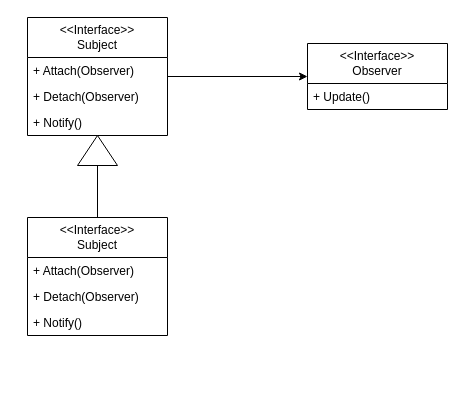
Earlier version of the draw.io diagram A3_2.drawio (critschris/COMP-354). Source tidied: cells renumbered, new cells numbered last; positions are measured from the earlier drawing's top-left corner, leaving out a move shared by most shapes. Both pictures are drawn from the tidied source at 100%, with x=0, y=0 at pixel (27, 17).
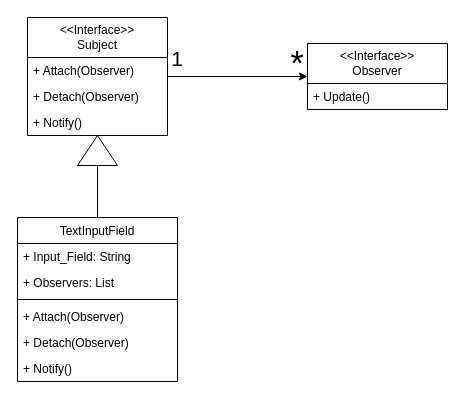
The same diagram, later.

The edit, as a diff of the source:
```diff
@@
 <mxGraphModel>
   <root>
     <mxCell id="0" />
     <mxCell id="1" parent="0" />
     <mxCell id="2" style="edgeStyle=orthogonalEdgeStyle;rounded=0;jettySize=auto;html=1;entryX=0;entryY=0.5;entryDx=0;entryDy=0;" parent="1" edge="1" source="3" target="7">
       <mxGeometry relative="1" as="geometry" />
     </mxCell>
     <mxCell id="3" value="&amp;lt;&amp;lt;Interface&amp;gt;&amp;gt;&lt;div&gt;Subject&lt;/div&gt;" style="swimlane;fontStyle=0;horizontal=1;startSize=40;fillColor=none;whiteSpace=wrap;html=1;" parent="1" vertex="1">
       <mxGeometry width="140" height="118" as="geometry" />
     </mxCell>
     <mxCell id="4" value="+ Attach(Observer)" style="text;strokeColor=none;fillColor=none;align=left;verticalAlign=top;spacingLeft=4;spacingRight=4;overflow=hidden;whiteSpace=wrap;html=1;" parent="3" vertex="1">
       <mxGeometry y="40" width="140" height="26" as="geometry" />
     </mxCell>
     <mxCell id="5" value="+ Detach(Observer)" style="text;strokeColor=none;fillColor=none;align=left;verticalAlign=top;spacingLeft=4;spacingRight=4;overflow=hidden;whiteSpace=wrap;html=1;" parent="3" vertex="1">
       <mxGeometry y="66" width="140" height="26" as="geometry" />
     </mxCell>
     <mxCell id="6" value="+ Notify()" style="text;strokeColor=none;fillColor=none;align=left;verticalAlign=top;spacingLeft=4;spacingRight=4;overflow=hidden;whiteSpace=wrap;html=1;" parent="3" vertex="1">
       <mxGeometry y="92" width="140" height="26" as="geometry" />
     </mxCell>
     <mxCell id="7" value="&amp;lt;&amp;lt;Interface&amp;gt;&amp;gt;&lt;div&gt;Observer&lt;/div&gt;" style="swimlane;fontStyle=0;horizontal=1;startSize=40;fillColor=none;whiteSpace=wrap;html=1;" parent="1" vertex="1">
       <mxGeometry x="280" y="26" width="140" height="66" as="geometry" />
     </mxCell>
     <mxCell id="8" value="+ Update()" style="text;strokeColor=none;fillColor=none;align=left;verticalAlign=top;spacingLeft=4;spacingRight=4;overflow=hidden;whiteSpace=wrap;html=1;" parent="7" vertex="1">
       <mxGeometry y="40" width="140" height="26" as="geometry" />
     </mxCell>
-    <mxCell id="9" style="edgeStyle=orthogonalEdgeStyle;rounded=0;jettySize=auto;html=1;entryX=0.5;entryY=1;entryDx=0;entryDy=0;endArrow=none;startFill=0;" parent="1" edge="1" source="10" target="3">
+    <mxCell id="9" style="edgeStyle=orthogonalEdgeStyle;rounded=0;jettySize=auto;html=1;entryX=0.5;entryY=1;entryDx=0;entryDy=0;endArrow=none;startFill=0;exitX=0.5;exitY=0;exitDx=0;exitDy=0;" parent="1" edge="1" source="15" target="3">
       <mxGeometry relative="1" as="geometry" />
     </mxCell>
-    <mxCell id="10" value="&amp;lt;&amp;lt;Interface&amp;gt;&amp;gt;&lt;div&gt;Subject&lt;/div&gt;" style="swimlane;fontStyle=0;horizontal=1;startSize=40;fillColor=none;whiteSpace=wrap;html=1;" parent="1" vertex="1">
-      <mxGeometry y="200" width="140" height="118" as="geometry" />
-    </mxCell>
+    <mxCell id="14" style="triangle;whiteSpace=wrap;html=1;rotation=-90;" parent="1" vertex="1">
+      <mxGeometry x="55" y="113" width="30" height="40" as="geometry" />
+    </mxCell>
+    <mxCell id="15" value="&lt;span style=&quot;font-weight: normal;&quot;&gt;TextInputField&lt;/span&gt;" style="swimlane;fontStyle=1;align=center;verticalAlign=top;horizontal=1;startSize=26;whiteSpace=wrap;html=1;" parent="1" vertex="1">
+      <mxGeometry x="-10" y="200" width="160" height="164" as="geometry" />
+    </mxCell>
+    <mxCell id="16" value="+ Input_Field: String&lt;div&gt;&lt;br&gt;&lt;/div&gt;" style="text;strokeColor=none;fillColor=none;align=left;verticalAlign=top;spacingLeft=4;spacingRight=4;overflow=hidden;whiteSpace=wrap;html=1;" parent="15" vertex="1">
+      <mxGeometry y="26" width="160" height="26" as="geometry" />
+    </mxCell>
+    <mxCell id="17" value="+ Observers: List" style="text;strokeColor=none;fillColor=none;align=left;verticalAlign=top;spacingLeft=4;spacingRight=4;overflow=hidden;whiteSpace=wrap;html=1;" parent="15" vertex="1">
+      <mxGeometry y="52" width="160" height="26" as="geometry" />
+    </mxCell>
+    <mxCell id="18" style="line;strokeWidth=1;fillColor=none;align=left;verticalAlign=middle;spacingTop=-1;spacingLeft=3;spacingRight=3;labelPosition=right;strokeColor=inherit;" parent="15" vertex="1">
+      <mxGeometry y="78" width="160" height="8" as="geometry" />
+    </mxCell>
-    <mxCell id="11" value="+ Attach(Observer)" style="text;strokeColor=none;fillColor=none;align=left;verticalAlign=top;spacingLeft=4;spacingRight=4;overflow=hidden;whiteSpace=wrap;html=1;" parent="10" vertex="1">
-      <mxGeometry y="40" width="140" height="26" as="geometry" />
+    <mxCell id="11" value="+ Attach(Observer)" style="text;strokeColor=none;fillColor=none;align=left;verticalAlign=top;spacingLeft=4;spacingRight=4;overflow=hidden;whiteSpace=wrap;html=1;" parent="15" vertex="1">
+      <mxGeometry y="86" width="160" height="26" as="geometry" />
     </mxCell>
-    <mxCell id="12" value="+ Detach(Observer)" style="text;strokeColor=none;fillColor=none;align=left;verticalAlign=top;spacingLeft=4;spacingRight=4;overflow=hidden;whiteSpace=wrap;html=1;" parent="10" vertex="1">
-      <mxGeometry y="66" width="140" height="26" as="geometry" />
+    <mxCell id="12" value="+ Detach(Observer)" style="text;strokeColor=none;fillColor=none;align=left;verticalAlign=top;spacingLeft=4;spacingRight=4;overflow=hidden;whiteSpace=wrap;html=1;" parent="15" vertex="1">
+      <mxGeometry y="112" width="160" height="26" as="geometry" />
     </mxCell>
-    <mxCell id="13" value="+ Notify()" style="text;strokeColor=none;fillColor=none;align=left;verticalAlign=top;spacingLeft=4;spacingRight=4;overflow=hidden;whiteSpace=wrap;html=1;" parent="10" vertex="1">
-      <mxGeometry y="92" width="140" height="26" as="geometry" />
+    <mxCell id="13" value="+ Notify()" style="text;strokeColor=none;fillColor=none;align=left;verticalAlign=top;spacingLeft=4;spacingRight=4;overflow=hidden;whiteSpace=wrap;html=1;" parent="15" vertex="1">
+      <mxGeometry y="138" width="160" height="26" as="geometry" />
     </mxCell>
-    <mxCell id="14" style="triangle;whiteSpace=wrap;html=1;rotation=-90;" parent="1" vertex="1">
-      <mxGeometry x="55" y="113" width="30" height="40" as="geometry" />
-    </mxCell>
+    <mxCell id="19" value="*" style="text;html=1;align=center;verticalAlign=middle;whiteSpace=wrap;rounded=0;fontSize=35;" parent="1" vertex="1">
+      <mxGeometry x="260" y="30" width="20" height="30" as="geometry" />
+    </mxCell>
+    <mxCell id="20" value="1" style="text;html=1;align=center;verticalAlign=middle;whiteSpace=wrap;rounded=0;fontSize=21;" parent="1" vertex="1">
+      <mxGeometry x="140" y="26" width="20" height="30" as="geometry" />
+    </mxCell>
   </root>
 </mxGraphModel>
```
